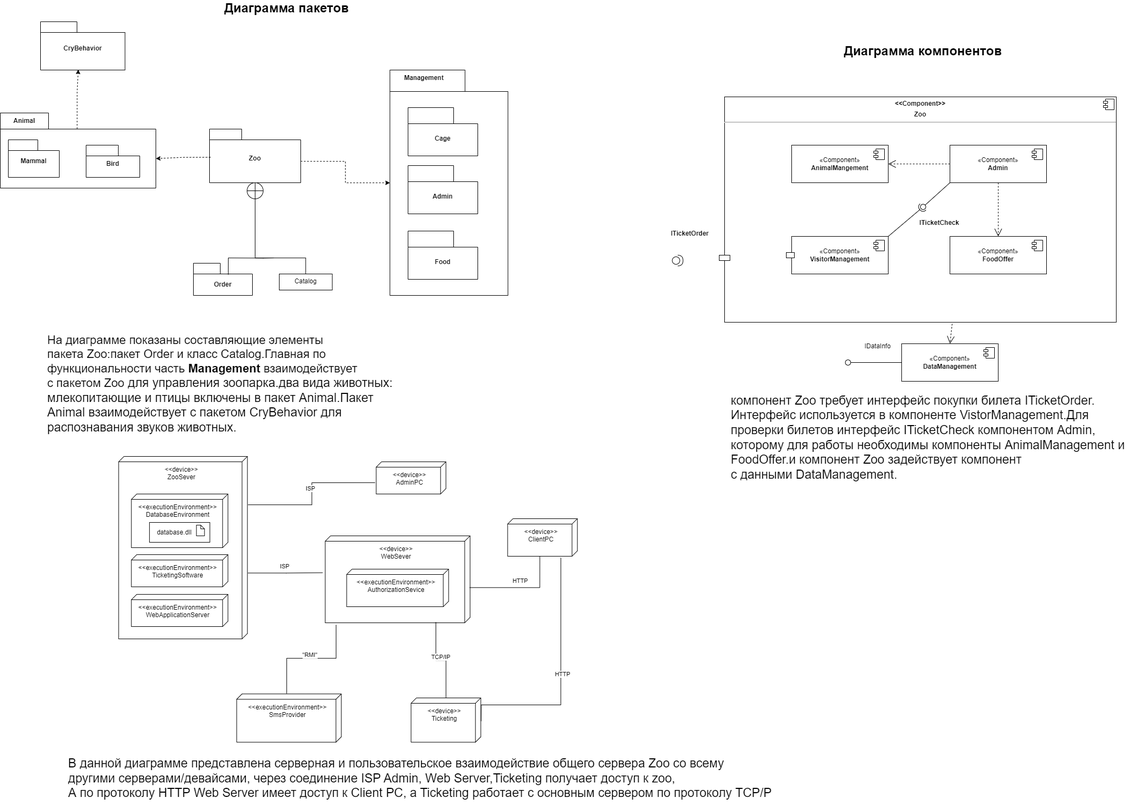
This is lab3.drawio.png from xiangxiang3451/OOAP_UML_Diagram, a draw.io export, as it was before one commit. Source tidied: cells renumbered, new cells last; positions are measured from the earlier drawing's top-left corner, leaving out a move shared by most shapes.
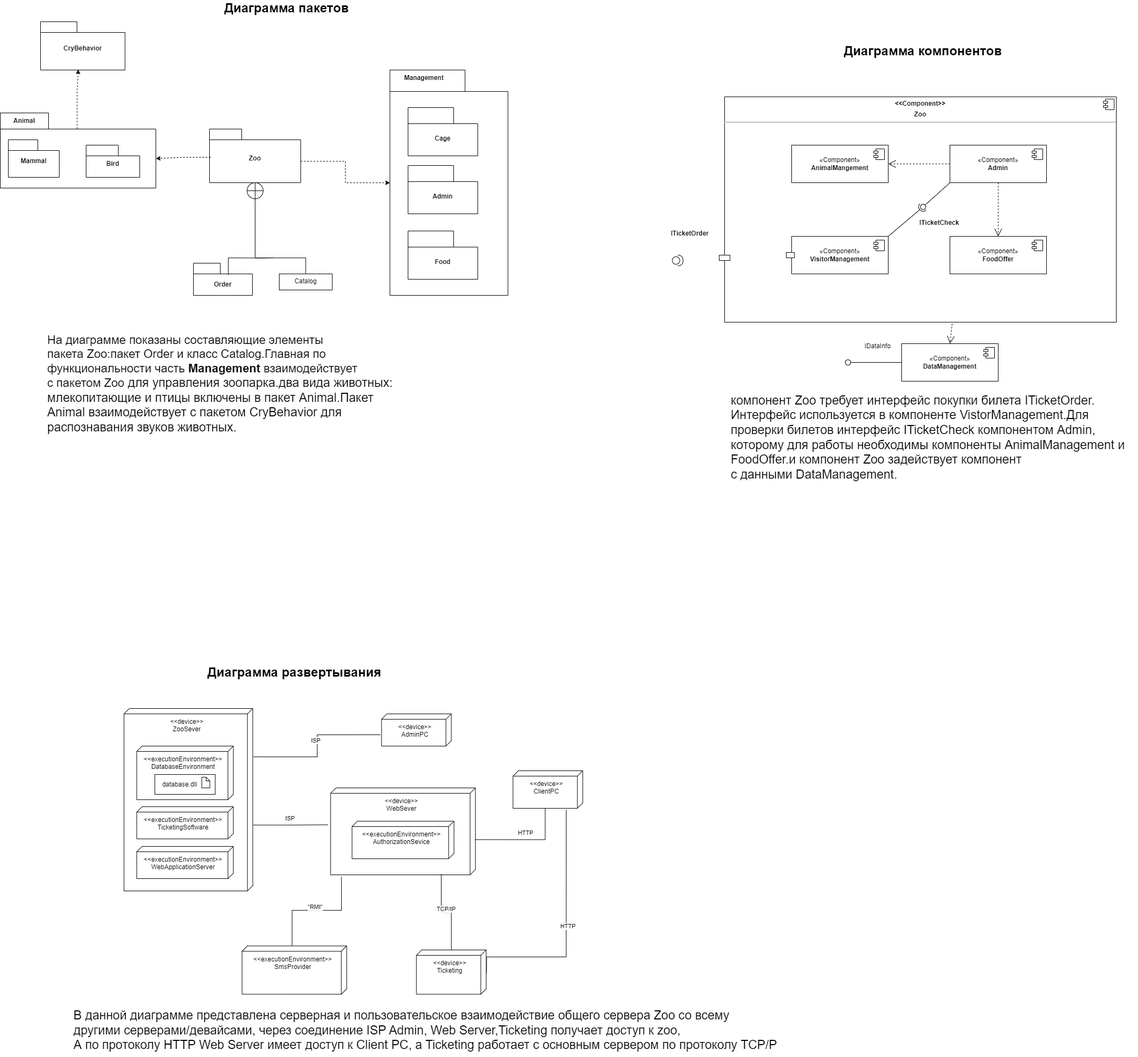
After the commit.

Change to the diagram source:
```diff
@@ -179,34 +179,34 @@
       <mxGeometry x="1252.5" y="475" width="20" height="20" as="geometry" />
     </mxCell>
     <mxCell id="54" value="&amp;lt;&amp;lt;device&amp;gt;&amp;gt;&lt;br&gt;WebSever" style="verticalAlign=top;align=center;shape=cube;size=10;direction=south;fontStyle=0;html=1;boundedLbl=1;spacingLeft=5;whiteSpace=wrap;" parent="1" vertex="1">
-      <mxGeometry x="605.6" y="998" width="270" height="162" as="geometry" />
+      <mxGeometry x="615.6" y="1468" width="270" height="162" as="geometry" />
     </mxCell>
     <mxCell id="55" value="&amp;lt;&amp;lt;device&amp;gt;&amp;gt;&lt;br&gt;ClientPC" style="verticalAlign=top;align=center;shape=cube;size=10;direction=south;fontStyle=0;html=1;boundedLbl=1;spacingLeft=5;whiteSpace=wrap;" parent="1" vertex="1">
-      <mxGeometry x="945.6" y="966" width="130" height="70" as="geometry" />
+      <mxGeometry x="955.6" y="1436" width="130" height="70" as="geometry" />
     </mxCell>
     <mxCell id="56" value="&amp;lt;&amp;lt;device&amp;gt;&amp;gt;&lt;br style=&quot;border-color: var(--border-color);&quot;&gt;ZooSever" style="verticalAlign=top;align=center;shape=cube;size=10;direction=south;fontStyle=0;html=1;boundedLbl=1;spacingLeft=5;whiteSpace=wrap;" parent="1" vertex="1">
-      <mxGeometry x="220.6" y="850" width="240" height="340" as="geometry" />
+      <mxGeometry x="230.6" y="1320" width="240" height="340" as="geometry" />
     </mxCell>
     <mxCell id="57" value="&amp;lt;&amp;lt;device&amp;gt;&amp;gt;&lt;br&gt;Ticketing" style="verticalAlign=top;align=center;shape=cube;size=10;direction=south;fontStyle=0;html=1;boundedLbl=1;spacingLeft=5;whiteSpace=wrap;" parent="1" vertex="1">
-      <mxGeometry x="765.6" y="1300" width="130" height="82.5" as="geometry" />
+      <mxGeometry x="775.6" y="1770" width="130" height="82.5" as="geometry" />
     </mxCell>
     <mxCell id="58" value="&amp;lt;&amp;lt;executionEnvironment&amp;gt;&amp;gt;&lt;br&gt;TicketingSoftware" style="verticalAlign=top;align=center;shape=cube;size=10;direction=south;fontStyle=0;html=1;boundedLbl=1;spacingLeft=5;whiteSpace=wrap;" parent="1" vertex="1">
-      <mxGeometry x="244.4" y="1033" width="180" height="60" as="geometry" />
+      <mxGeometry x="254.4" y="1503" width="180" height="60" as="geometry" />
     </mxCell>
     <mxCell id="59" value="&amp;lt;&amp;lt;executionEnvironment&amp;gt;&amp;gt;&lt;br&gt;DatabaseEnvironment" style="verticalAlign=top;align=center;shape=cube;size=10;direction=south;fontStyle=0;html=1;boundedLbl=1;spacingLeft=5;whiteSpace=wrap;" parent="1" vertex="1">
-      <mxGeometry x="244.4" y="920" width="180" height="100" as="geometry" />
+      <mxGeometry x="254.4" y="1390" width="180" height="100" as="geometry" />
     </mxCell>
     <mxCell id="60" value="&lt;span style=&quot;font-weight: normal;&quot;&gt;database.dll&amp;nbsp; &amp;nbsp; &amp;nbsp;&amp;nbsp;&lt;/span&gt;" style="fontStyle=1;whiteSpace=wrap;html=1;" parent="1" vertex="1">
-      <mxGeometry x="278.1" y="973" width="112.5" height="37" as="geometry" />
+      <mxGeometry x="288.1" y="1443" width="112.5" height="37" as="geometry" />
     </mxCell>
     <mxCell id="61" style="shape=note2;boundedLbl=1;whiteSpace=wrap;html=1;size=7;verticalAlign=top;align=left;spacingLeft=5;" parent="1" vertex="1">
-      <mxGeometry x="365.6" y="978" width="15" height="20" as="geometry" />
+      <mxGeometry x="375.6" y="1448" width="15" height="20" as="geometry" />
     </mxCell>
     <mxCell id="62" value="&amp;lt;&amp;lt;executionEnvironment&amp;gt;&amp;gt;&lt;br style=&quot;border-color: var(--border-color);&quot;&gt;WebApplicationServer " style="verticalAlign=top;align=center;shape=cube;size=10;direction=south;fontStyle=0;html=1;boundedLbl=1;spacingLeft=5;whiteSpace=wrap;" parent="1" vertex="1">
-      <mxGeometry x="244.4" y="1107" width="180" height="60" as="geometry" />
+      <mxGeometry x="254.4" y="1577" width="180" height="60" as="geometry" />
     </mxCell>
     <mxCell id="63" value="&amp;lt;&amp;lt;device&amp;gt;&amp;gt;&lt;br&gt;AdminPC" style="verticalAlign=top;align=center;shape=cube;size=10;direction=south;fontStyle=0;html=1;boundedLbl=1;spacingLeft=5;whiteSpace=wrap;" parent="1" vertex="1">
-      <mxGeometry x="700.6" y="860" width="130" height="60" as="geometry" />
+      <mxGeometry x="710.6" y="1330" width="130" height="60" as="geometry" />
     </mxCell>
     <mxCell id="64" value="ISP" style="endArrow=none;html=1;endSize=12;startArrow=none;startSize=14;startFill=0;edgeStyle=orthogonalEdgeStyle;align=center;verticalAlign=bottom;endFill=0;rounded=0;exitX=0.265;exitY=-0.005;exitDx=0;exitDy=0;exitPerimeter=0;entryX=0.648;entryY=1.016;entryDx=0;entryDy=0;entryPerimeter=0;shadow=0;jumpStyle=none;" parent="1" edge="1" source="56" target="63">
       <mxGeometry y="3" relative="1" as="geometry" />
@@ -223,21 +223,24 @@
     <mxCell id="68" value="HTTP" style="endArrow=none;html=1;endSize=12;startArrow=none;startSize=14;startFill=0;edgeStyle=orthogonalEdgeStyle;align=center;verticalAlign=bottom;endFill=0;rounded=0;exitX=1.04;exitY=0.237;exitDx=0;exitDy=0;exitPerimeter=0;entryX=0.521;entryY=-0.005;entryDx=0;entryDy=0;entryPerimeter=0;shadow=0;jumpStyle=none;" parent="1" edge="1" source="55" target="57">
       <mxGeometry y="3" relative="1" as="geometry">
         <Array as="points">
-          <mxPoint x="1044.6" y="1313" />
+          <mxPoint x="1054.6" y="1783" />
         </Array>
       </mxGeometry>
     </mxCell>
     <mxCell id="69" value="&amp;lt;&amp;lt;executionEnvironment&amp;gt;&amp;gt;&lt;br style=&quot;border-color: var(--border-color);&quot;&gt;AuthorizationSevice" style="verticalAlign=top;align=center;shape=cube;size=10;direction=south;fontStyle=0;html=1;boundedLbl=1;spacingLeft=5;whiteSpace=wrap;" parent="1" vertex="1">
-      <mxGeometry x="645.6" y="1060" width="190" height="70" as="geometry" />
+      <mxGeometry x="655.6" y="1530" width="190" height="70" as="geometry" />
     </mxCell>
     <mxCell id="70" value="&amp;lt;&amp;lt;executionEnvironment&amp;gt;&amp;gt;&lt;br style=&quot;border-color: var(--border-color);&quot;&gt;SmsProvider" style="verticalAlign=top;align=center;shape=cube;size=10;direction=south;fontStyle=0;html=1;boundedLbl=1;spacingLeft=5;whiteSpace=wrap;" parent="1" vertex="1">
-      <mxGeometry x="440.6" y="1292.5" width="195" height="90" as="geometry" />
+      <mxGeometry x="450.6" y="1762.5" width="195" height="90" as="geometry" />
     </mxCell>
     <mxCell id="71" value="&quot;RMI&quot;" style="endArrow=none;html=1;endSize=12;startArrow=none;startSize=14;startFill=0;edgeStyle=orthogonalEdgeStyle;align=center;verticalAlign=bottom;endFill=0;rounded=0;exitX=1.023;exitY=0.925;exitDx=0;exitDy=0;exitPerimeter=0;entryX=-0.007;entryY=0.522;entryDx=0;entryDy=0;entryPerimeter=0;shadow=0;jumpStyle=none;" parent="1" edge="1" source="54" target="70">
       <mxGeometry y="3" relative="1" as="geometry" />
     </mxCell>
     <mxCell id="72" value="&lt;font style=&quot;font-size: 23px;&quot;&gt;В данной диаграмме представлена серверная и пользовательское взаимодействие общего сервера Zoo со всему &lt;br&gt;другими серверами/девайсами, через соединение ISP Admin, Web Server,Ticketing получает доступ к zoo, &lt;br&gt;А по протоколу HTTP Web Server имеет доступ к Client PC, a Ticketing работает с основным сервером по протоколу ТСР/Р&lt;/font&gt;" style="text;html=1;align=left;verticalAlign=middle;strokeColor=none;fillColor=none;" parent="1" vertex="1">
-      <mxGeometry x="125" y="1400" width="1330" height="100" as="geometry" />
+      <mxGeometry x="135" y="1870" width="1330" height="100" as="geometry" />
     </mxCell>
+    <mxCell id="73" value="&lt;font style=&quot;font-size: 24px;&quot;&gt;Диаграмма развертывания&lt;/font&gt;" style="text;align=center;fontStyle=1;verticalAlign=middle;spacingLeft=3;spacingRight=3;strokeColor=none;html=1;rounded=1;" parent="1" vertex="1">
+      <mxGeometry x="505" y="1240" width="86.2" height="26" as="geometry" />
+    </mxCell>
   </root>
 </mxGraphModel>
```
